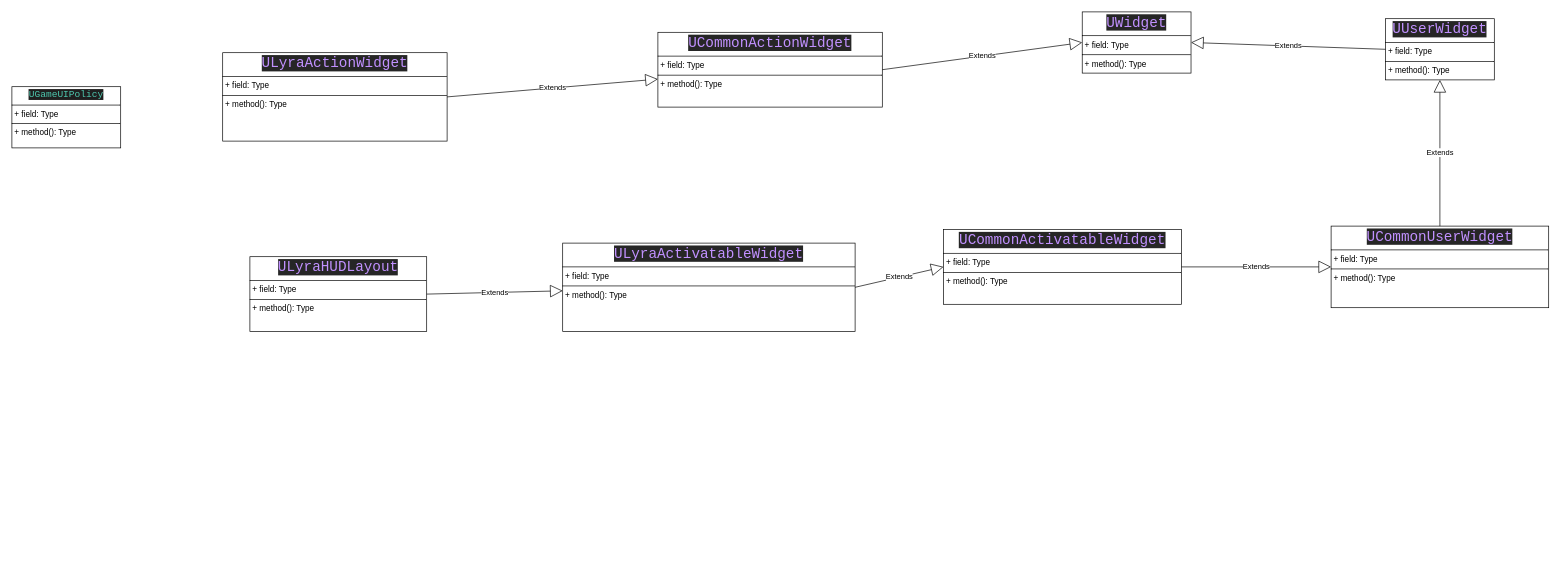
Above: page "UI的UML" (2 of 6) of Lyra.drawio in ling-shixi/meta (draw.io), before the change. Source tidied: cells renumbered, new cells numbered last; positions are measured from the earlier drawing's top-left corner, leaving out a move shared by most shapes. Both pictures are drawn from the tidied source at 68%, with x=0, y=0 at pixel (12, 12).
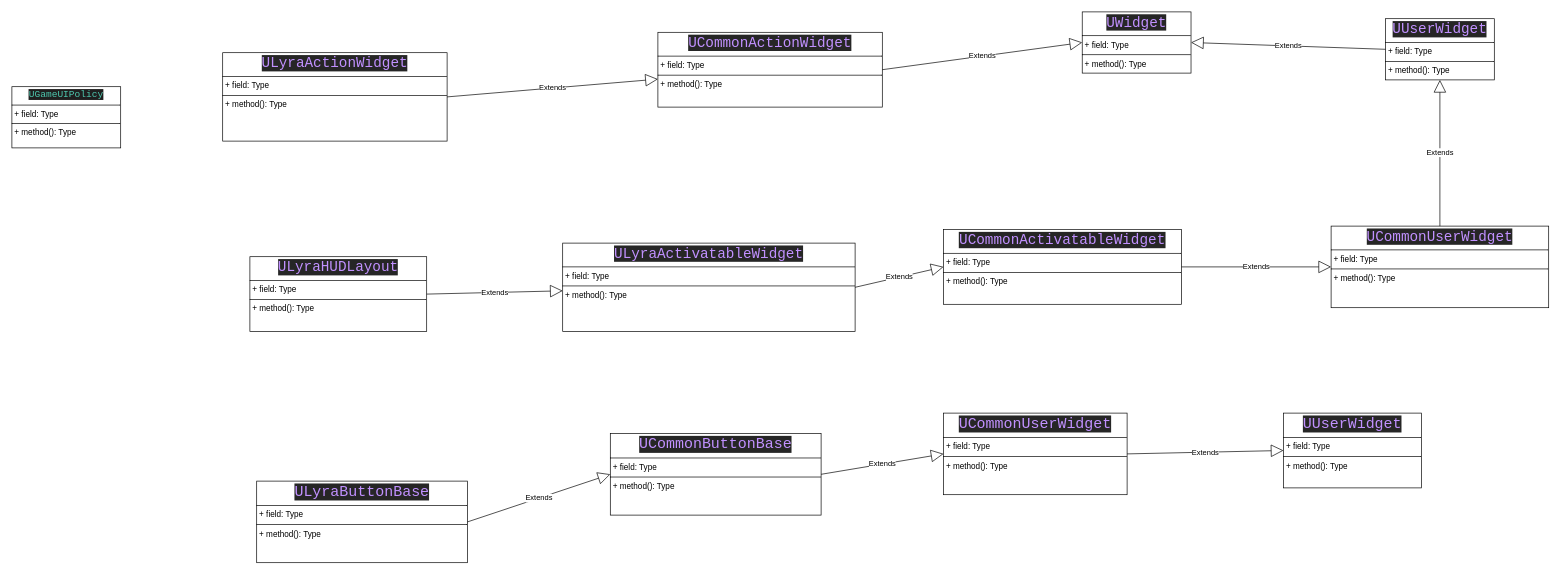
The same page after the edit.

Diff of the diagram source:
```diff
@@
+    <mxCell id="18" value="&lt;p style=&quot;margin:0px;margin-top:4px;text-align:center;&quot;&gt;&lt;span style=&quot;color: rgb(193, 145, 255); font-family: &amp;quot;JetBrains Mono&amp;quot;, monospace; font-size: 16.5pt; background-color: rgb(38, 38, 38); text-align: left;&quot;&gt;ULyraButtonBase&lt;/span&gt;&lt;/p&gt;&lt;hr size=&quot;1&quot; style=&quot;border-style:solid;&quot;&gt;&lt;p style=&quot;margin:0px;margin-left:4px;&quot;&gt;+ field: Type&lt;/p&gt;&lt;hr size=&quot;1&quot; style=&quot;border-style:solid;&quot;&gt;&lt;p style=&quot;margin:0px;margin-left:4px;&quot;&gt;+ method(): Type&lt;/p&gt;" style="verticalAlign=top;align=left;overflow=fill;html=1;whiteSpace=wrap;" parent="1" vertex="1">
+      <mxGeometry x="360" y="690" width="310" height="120" as="geometry" />
+    </mxCell>
+    <mxCell id="19" value="&lt;p style=&quot;margin:0px;margin-top:4px;text-align:center;&quot;&gt;&lt;span style=&quot;color: rgb(193, 145, 255); font-family: &amp;quot;JetBrains Mono&amp;quot;, monospace; font-size: 16.5pt; background-color: rgb(38, 38, 38); text-align: left;&quot;&gt;UCommonButtonBase&lt;/span&gt;&lt;/p&gt;&lt;hr size=&quot;1&quot; style=&quot;border-style:solid;&quot;&gt;&lt;p style=&quot;margin:0px;margin-left:4px;&quot;&gt;+ field: Type&lt;/p&gt;&lt;hr size=&quot;1&quot; style=&quot;border-style:solid;&quot;&gt;&lt;p style=&quot;margin:0px;margin-left:4px;&quot;&gt;+ method(): Type&lt;/p&gt;" style="verticalAlign=top;align=left;overflow=fill;html=1;whiteSpace=wrap;" parent="1" vertex="1">
+      <mxGeometry x="880" y="620" width="310" height="120" as="geometry" />
+    </mxCell>
+    <mxCell id="20" value="Extends" style="endArrow=block;endSize=16;endFill=0;html=1;rounded=0;exitX=1;exitY=0.5;exitDx=0;exitDy=0;entryX=0;entryY=0.5;entryDx=0;entryDy=0;" parent="1" edge="1" source="18" target="19">
+      <mxGeometry relative="1" as="geometry" />
+    </mxCell>
+    <mxCell id="21" value="&lt;p style=&quot;margin:0px;margin-top:4px;text-align:center;&quot;&gt;&lt;span style=&quot;color: rgb(193, 145, 255); font-family: &amp;quot;JetBrains Mono&amp;quot;, monospace; font-size: 16.5pt; background-color: rgb(38, 38, 38); text-align: left;&quot;&gt;UCommonUserWidget&lt;/span&gt;&lt;/p&gt;&lt;hr size=&quot;1&quot; style=&quot;border-style:solid;&quot;&gt;&lt;p style=&quot;margin:0px;margin-left:4px;&quot;&gt;+ field: Type&lt;/p&gt;&lt;hr size=&quot;1&quot; style=&quot;border-style:solid;&quot;&gt;&lt;p style=&quot;margin:0px;margin-left:4px;&quot;&gt;+ method(): Type&lt;/p&gt;" style="verticalAlign=top;align=left;overflow=fill;html=1;whiteSpace=wrap;" parent="1" vertex="1">
+      <mxGeometry x="1370" y="590" width="270" height="120" as="geometry" />
+    </mxCell>
+    <mxCell id="22" value="Extends" style="endArrow=block;endSize=16;endFill=0;html=1;rounded=0;exitX=1;exitY=0.5;exitDx=0;exitDy=0;entryX=0;entryY=0.5;entryDx=0;entryDy=0;" parent="1" edge="1" source="19" target="21">
+      <mxGeometry relative="1" as="geometry" />
+    </mxCell>
+    <mxCell id="23" value="&lt;p style=&quot;margin:0px;margin-top:4px;text-align:center;&quot;&gt;&lt;span style=&quot;color: rgb(193, 145, 255); font-family: &amp;quot;JetBrains Mono&amp;quot;, monospace; font-size: 16.5pt; background-color: rgb(38, 38, 38); text-align: left;&quot;&gt;UUserWidget&lt;/span&gt;&lt;/p&gt;&lt;hr size=&quot;1&quot; style=&quot;border-style:solid;&quot;&gt;&lt;p style=&quot;margin:0px;margin-left:4px;&quot;&gt;+ field: Type&lt;/p&gt;&lt;hr size=&quot;1&quot; style=&quot;border-style:solid;&quot;&gt;&lt;p style=&quot;margin:0px;margin-left:4px;&quot;&gt;+ method(): Type&lt;/p&gt;" style="verticalAlign=top;align=left;overflow=fill;html=1;whiteSpace=wrap;" parent="1" vertex="1">
+      <mxGeometry x="1870" y="590" width="203" height="110" as="geometry" />
+    </mxCell>
+    <mxCell id="24" value="Extends" style="endArrow=block;endSize=16;endFill=0;html=1;rounded=0;exitX=1;exitY=0.5;exitDx=0;exitDy=0;entryX=0;entryY=0.5;entryDx=0;entryDy=0;" parent="1" edge="1" source="21" target="23">
+      <mxGeometry relative="1" as="geometry" />
+    </mxCell>
```
